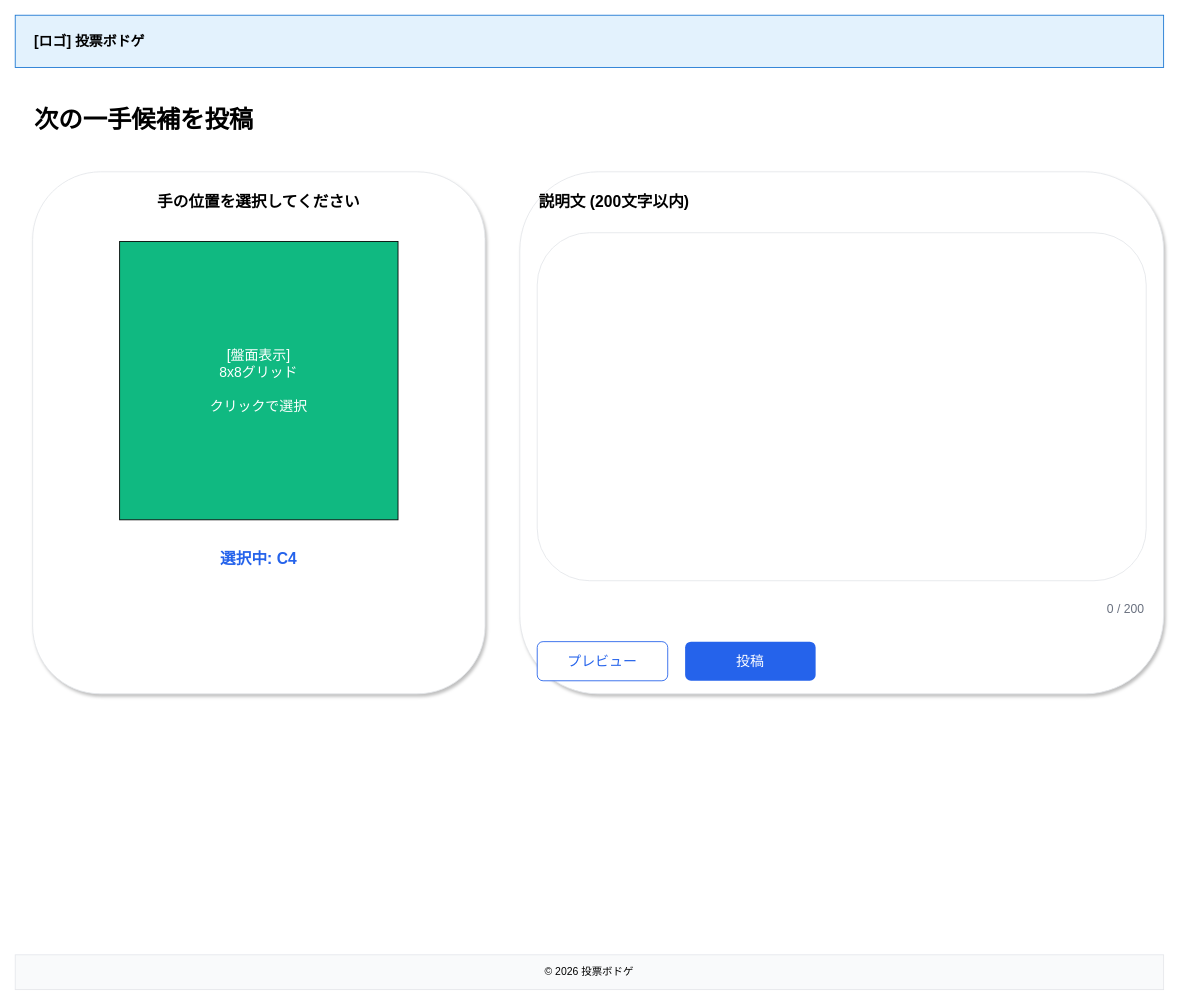
This is docs/wireframes/08-candidate-post.drawio from satoshi256kbyte/vote-board-game, a draw.io file, before an edit. Source tidied: cells renumbered, new cells numbered last; positions are measured from the earlier drawing's top-left corner, leaving out a move shared by most shapes. Both pictures are drawn from the tidied source at 87%, with x=0, y=0 at pixel (15, 15).
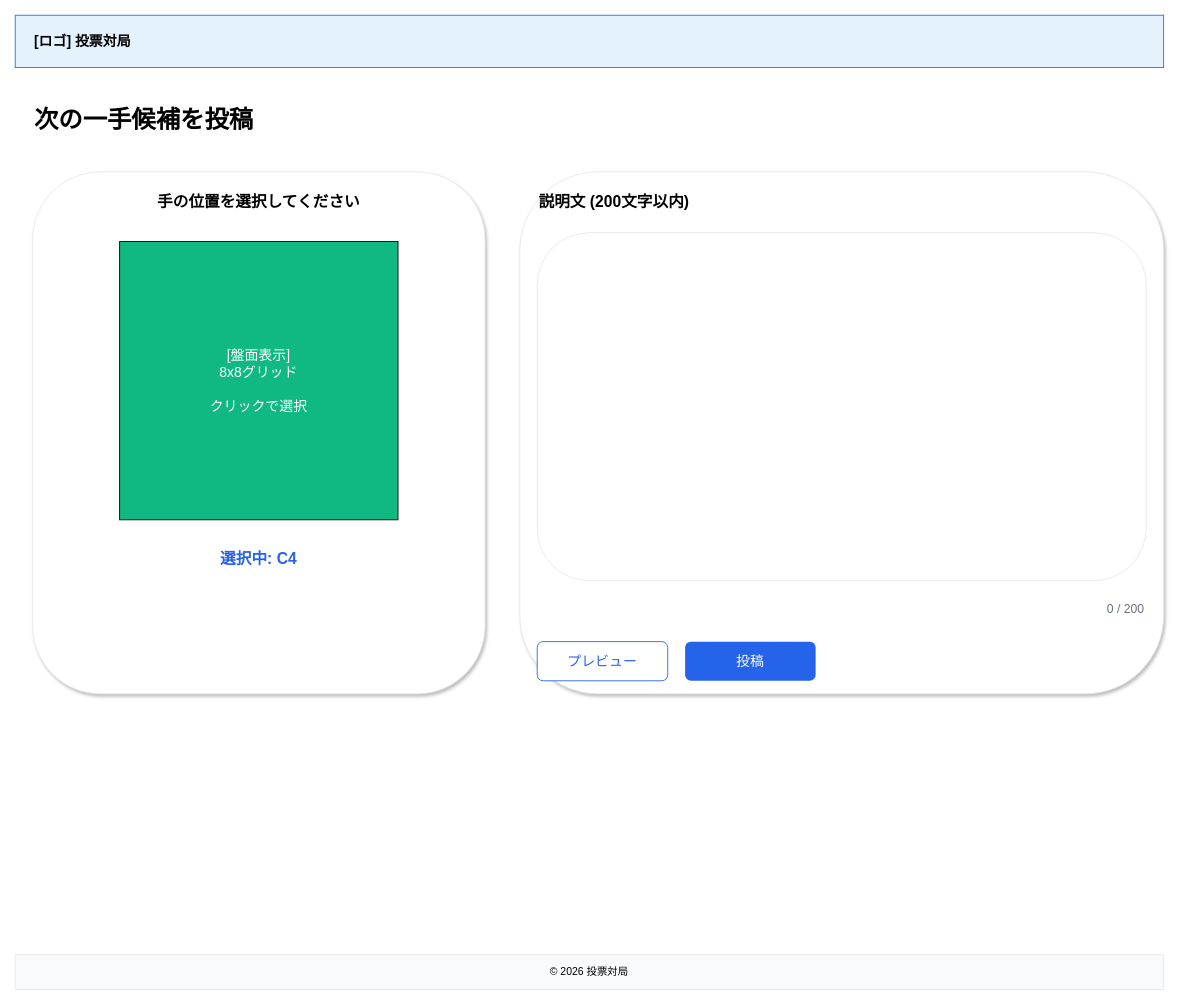
The same diagram, later.

Change to the diagram source:
```diff
@@
 <mxGraphModel>
   <root>
     <mxCell id="0" />
     <mxCell id="1" parent="0" />
     <mxCell id="2" style="rounded=0;whiteSpace=wrap;html=1;fillColor=#e3f2fd;strokeColor=#1976d2;" parent="1" vertex="1">
       <mxGeometry width="1320" height="60" as="geometry" />
     </mxCell>
-    <mxCell id="3" value="[ロゴ] 投票ボドゲ" style="text;html=1;strokeColor=none;fillColor=none;align=left;verticalAlign=middle;whiteSpace=wrap;rounded=0;fontSize=16;fontStyle=1;" parent="1" vertex="1">
+    <mxCell id="3" value="[ロゴ] 投票対局" style="text;html=1;strokeColor=none;fillColor=none;align=left;verticalAlign=middle;whiteSpace=wrap;rounded=0;fontSize=16;fontStyle=1;" parent="1" vertex="1">
       <mxGeometry x="20" y="15" width="200" height="30" as="geometry" />
     </mxCell>
     <mxCell id="4" value="次の一手候補を投稿" style="text;html=1;strokeColor=none;fillColor=none;align=left;verticalAlign=middle;whiteSpace=wrap;rounded=0;fontSize=28;fontStyle=1;" parent="1" vertex="1">
       <mxGeometry x="20" y="100" width="400" height="40" as="geometry" />
     </mxCell>
     <mxCell id="5" style="rounded=1;whiteSpace=wrap;html=1;fillColor=#ffffff;strokeColor=#e5e7eb;shadow=1;align=center;verticalAlign=top;" parent="1" vertex="1">
       <mxGeometry x="20" y="180" width="520" height="600" as="geometry" />
     </mxCell>
     <mxCell id="6" value="手の位置を選択してください" style="text;html=1;strokeColor=none;fillColor=none;align=center;verticalAlign=middle;whiteSpace=wrap;rounded=0;fontSize=18;fontStyle=1;" parent="1" vertex="1">
       <mxGeometry x="40" y="200" width="480" height="30" as="geometry" />
     </mxCell>
     <mxCell id="7" value="[盤面表示]&#10;8x8グリッド&#10;&#10;クリックで選択" style="rounded=0;whiteSpace=wrap;html=1;fillColor=#10b981;strokeColor=#000000;fontColor=#ffffff;fontSize=16;" parent="1" vertex="1">
       <mxGeometry x="120" y="260" width="320" height="320" as="geometry" />
     </mxCell>
     <mxCell id="8" value="選択中: C4" style="text;html=1;strokeColor=none;fillColor=none;align=center;verticalAlign=middle;whiteSpace=wrap;rounded=0;fontSize=18;fontStyle=1;fontColor=#2563eb;" parent="1" vertex="1">
       <mxGeometry x="120" y="610" width="320" height="30" as="geometry" />
     </mxCell>
     <mxCell id="9" style="rounded=1;whiteSpace=wrap;html=1;fillColor=#ffffff;strokeColor=#e5e7eb;shadow=1;align=left;verticalAlign=top;" parent="1" vertex="1">
       <mxGeometry x="580" y="180" width="740" height="600" as="geometry" />
     </mxCell>
     <mxCell id="10" value="説明文 (200文字以内)" style="text;html=1;strokeColor=none;fillColor=none;align=left;verticalAlign=middle;whiteSpace=wrap;rounded=0;fontSize=18;fontStyle=1;" parent="1" vertex="1">
       <mxGeometry x="600" y="200" width="700" height="30" as="geometry" />
     </mxCell>
     <mxCell id="11" style="rounded=1;whiteSpace=wrap;html=1;fillColor=#ffffff;strokeColor=#e5e7eb;align=left;verticalAlign=top;" parent="1" vertex="1">
       <mxGeometry x="600" y="250" width="700" height="400" as="geometry" />
     </mxCell>
     <mxCell id="12" value="0 / 200" style="text;html=1;strokeColor=none;fillColor=none;align=right;verticalAlign=middle;whiteSpace=wrap;rounded=0;fontSize=14;fontColor=#6b7280;" parent="1" vertex="1">
       <mxGeometry x="600" y="670" width="700" height="25" as="geometry" />
     </mxCell>
     <mxCell id="13" value="プレビュー" style="rounded=1;whiteSpace=wrap;html=1;fillColor=#ffffff;strokeColor=#2563eb;fontColor=#2563eb;fontSize=16;" parent="1" vertex="1">
       <mxGeometry x="600" y="720" width="150" height="45" as="geometry" />
     </mxCell>
     <mxCell id="14" value="投稿" style="rounded=1;whiteSpace=wrap;html=1;fillColor=#2563eb;strokeColor=none;fontColor=#ffffff;fontSize=16;" parent="1" vertex="1">
       <mxGeometry x="770" y="720" width="150" height="45" as="geometry" />
     </mxCell>
-    <mxCell id="15" value="© 2026 投票ボドゲ" style="rounded=0;whiteSpace=wrap;html=1;fillColor=#f9fafb;strokeColor=#e5e7eb;align=center;" parent="1" vertex="1">
+    <mxCell id="15" value="© 2026 投票対局" style="rounded=0;whiteSpace=wrap;html=1;fillColor=#f9fafb;strokeColor=#e5e7eb;align=center;" parent="1" vertex="1">
       <mxGeometry y="1080" width="1320" height="40" as="geometry" />
     </mxCell>
   </root>
 </mxGraphModel>
```
